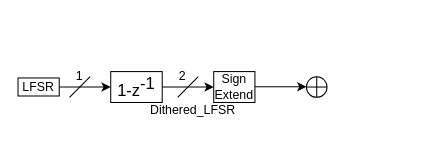
Earlier version of the draw.io diagram Untitled Diagram.drawio (CodeWithManojkumar/ADCs). Source tidied: cells renumbered, new cells numbered last; positions are measured from the earlier drawing's top-left corner, leaving out a move shared by most shapes. Both pictures are drawn from the tidied source at 103%, with x=0, y=0 at pixel (18, 71).
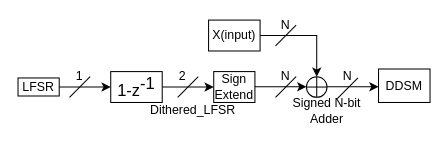
After the change.

Unchanged cells that the change refers to:
```xml
<mxCell id="12" style="verticalLabelPosition=bottom;verticalAlign=top;html=1;shape=mxgraph.flowchart.summing_function;" parent="1" vertex="1">
  <mxGeometry x="280" y="5" width="20" height="20" as="geometry" />
</mxCell>
```

Diff of the diagram source:
```diff
@@
+    <mxCell id="14" value="&lt;font face=&quot;palatino&quot;&gt;X(input)&lt;/font&gt;" style="rounded=0;whiteSpace=wrap;html=1;" parent="1" vertex="1">
+      <mxGeometry x="185" y="-50" width="50" height="30" as="geometry" />
+    </mxCell>
+    <mxCell id="15" style="endArrow=classic;html=1;rounded=0;exitX=1;exitY=0.5;exitDx=0;exitDy=0;entryX=0.5;entryY=0;entryDx=0;entryDy=0;entryPerimeter=0;" parent="1" edge="1" source="14" target="12">
+      <mxGeometry relative="1" as="geometry">
+        <Array as="points">
+          <mxPoint x="290" y="-35" />
+        </Array>
+      </mxGeometry>
+    </mxCell>
+    <mxCell id="16" style="endArrow=none;html=1;rounded=0;" parent="1" edge="1">
+      <mxGeometry relative="1" as="geometry">
+        <mxPoint x="250" y="25" as="sourcePoint" />
+        <mxPoint x="270" y="5" as="targetPoint" />
+      </mxGeometry>
+    </mxCell>
+    <mxCell id="17" style="endArrow=none;html=1;rounded=0;" parent="1" edge="1">
+      <mxGeometry relative="1" as="geometry">
+        <mxPoint x="250" y="-25" as="sourcePoint" />
+        <mxPoint x="270" y="-45" as="targetPoint" />
+      </mxGeometry>
+    </mxCell>
+    <mxCell id="18" value="&lt;font face=&quot;palatino&quot;&gt;N&lt;/font&gt;" style="text;strokeColor=none;align=center;fillColor=none;html=1;verticalAlign=middle;whiteSpace=wrap;rounded=0;" parent="1" vertex="1">
+      <mxGeometry x="250" width="20" height="10" as="geometry" />
+    </mxCell>
+    <mxCell id="19" value="&lt;font face=&quot;palatino&quot;&gt;N&lt;/font&gt;" style="text;strokeColor=none;align=center;fillColor=none;html=1;verticalAlign=middle;whiteSpace=wrap;rounded=0;" parent="1" vertex="1">
+      <mxGeometry x="250" y="-50" width="20" height="10" as="geometry" />
+    </mxCell>
+    <mxCell id="20" value="&lt;font face=&quot;palatino&quot;&gt;Signed N-bit Adder&lt;/font&gt;" style="text;strokeColor=none;align=center;fillColor=none;html=1;verticalAlign=middle;whiteSpace=wrap;rounded=0;" parent="1" vertex="1">
+      <mxGeometry x="250" y="22.5" width="100" height="30" as="geometry" />
+    </mxCell>
+    <mxCell id="21" value="&lt;font face=&quot;palatino&quot;&gt;N&lt;/font&gt;" style="text;strokeColor=none;align=center;fillColor=none;html=1;verticalAlign=middle;whiteSpace=wrap;rounded=0;" parent="1" vertex="1">
+      <mxGeometry x="310" width="20" height="10" as="geometry" />
+    </mxCell>
+    <mxCell id="22" style="endArrow=classic;html=1;rounded=0;exitX=1;exitY=0.5;exitDx=0;exitDy=0;" parent="1" edge="1">
+      <mxGeometry relative="1" as="geometry">
+        <mxPoint x="300" y="14.7" as="sourcePoint" />
+        <mxPoint x="350" y="14.7" as="targetPoint" />
+      </mxGeometry>
+    </mxCell>
+    <mxCell id="23" style="endArrow=none;html=1;rounded=0;" parent="1" edge="1">
+      <mxGeometry relative="1" as="geometry">
+        <mxPoint x="310" y="26.2" as="sourcePoint" />
+        <mxPoint x="330" y="6.2" as="targetPoint" />
+      </mxGeometry>
+    </mxCell>
+    <mxCell id="24" value="&lt;font face=&quot;palatino&quot;&gt;DDSM&lt;/font&gt;" style="rounded=0;whiteSpace=wrap;html=1;" parent="1" vertex="1">
+      <mxGeometry x="350" y="-2.5" width="50" height="32.5" as="geometry" />
+    </mxCell>
```
